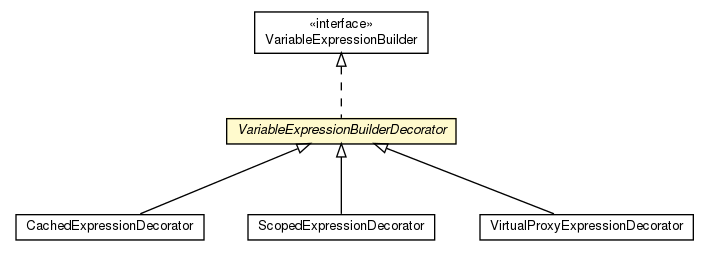
Before: javadocs/main/org/androidtransfuse/gen/variableDecorator/VariableExpressionBuilderDecorator.png, a diagram exported from Graphviz (johncarl81/transfuse). Its source is kept beside it as javadocs/main/org/androidtransfuse/gen/variableDecorator/VariableExpressionBuilderDecorator.dot.
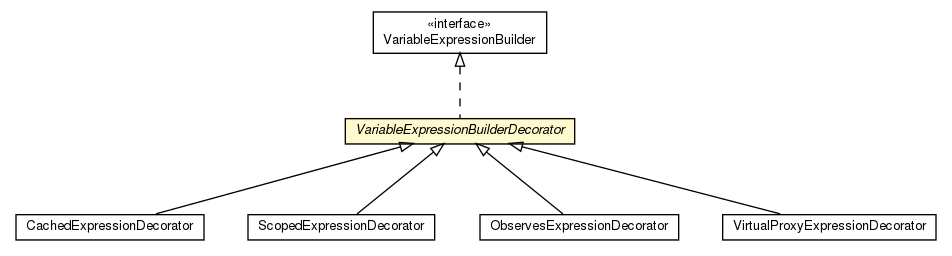
Above is the later version.

Change to the diagram source:
```diff
@@ -4,34 +4,40 @@
 	node [fontname="Helvetica",fontsize=10,shape=plaintext];
 	nodesep=0.25;
 	ranksep=0.5;
-	c56612 [label=<<table title="org.androidtransfuse.gen.variableDecorator.CachedExpressionDecorator" border="0" cellborder="1" cellspacing="0" cellpadding="2" port="p" href="./CachedExpressionDecorator.html">
+	c67646 [label=<<table title="org.androidtransfuse.gen.variableDecorator.CachedExpressionDecorator" border="0" cellborder="1" cellspacing="0" cellpadding="2" port="p" href="./CachedExpressionDecorator.html">
 		<tr><td><table border="0" cellspacing="0" cellpadding="1">
 <tr><td align="center" balign="center"> CachedExpressionDecorator </td></tr>
 		</table></td></tr>
 		</table>>, fontname="Helvetica", fontcolor="black", fontsize=10.0];
-	c56613 [label=<<table title="org.androidtransfuse.gen.variableDecorator.VariableExpressionBuilder" border="0" cellborder="1" cellspacing="0" cellpadding="2" port="p" href="./VariableExpressionBuilder.html">
+	c67647 [label=<<table title="org.androidtransfuse.gen.variableDecorator.VariableExpressionBuilder" border="0" cellborder="1" cellspacing="0" cellpadding="2" port="p" href="./VariableExpressionBuilder.html">
 		<tr><td><table border="0" cellspacing="0" cellpadding="1">
 <tr><td align="center" balign="center"> &#171;interface&#187; </td></tr>
 <tr><td align="center" balign="center"> VariableExpressionBuilder </td></tr>
 		</table></td></tr>
 		</table>>, fontname="Helvetica", fontcolor="black", fontsize=10.0];
-	c56614 [label=<<table title="org.androidtransfuse.gen.variableDecorator.ScopedExpressionDecorator" border="0" cellborder="1" cellspacing="0" cellpadding="2" port="p" href="./ScopedExpressionDecorator.html">
+	c67648 [label=<<table title="org.androidtransfuse.gen.variableDecorator.ScopedExpressionDecorator" border="0" cellborder="1" cellspacing="0" cellpadding="2" port="p" href="./ScopedExpressionDecorator.html">
 		<tr><td><table border="0" cellspacing="0" cellpadding="1">
 <tr><td align="center" balign="center"> ScopedExpressionDecorator </td></tr>
 		</table></td></tr>
 		</table>>, fontname="Helvetica", fontcolor="black", fontsize=10.0];
-	c56617 [label=<<table title="org.androidtransfuse.gen.variableDecorator.VariableExpressionBuilderDecorator" border="0" cellborder="1" cellspacing="0" cellpadding="2" port="p" bgcolor="lemonChiffon" href="./VariableExpressionBuilderDecorator.html">
+	c67650 [label=<<table title="org.androidtransfuse.gen.variableDecorator.ObservesExpressionDecorator" border="0" cellborder="1" cellspacing="0" cellpadding="2" port="p" href="./ObservesExpressionDecorator.html">
+		<tr><td><table border="0" cellspacing="0" cellpadding="1">
+<tr><td align="center" balign="center"> ObservesExpressionDecorator </td></tr>
+		</table></td></tr>
+		</table>>, fontname="Helvetica", fontcolor="black", fontsize=10.0];
+	c67652 [label=<<table title="org.androidtransfuse.gen.variableDecorator.VariableExpressionBuilderDecorator" border="0" cellborder="1" cellspacing="0" cellpadding="2" port="p" bgcolor="lemonChiffon" href="./VariableExpressionBuilderDecorator.html">
 		<tr><td><table border="0" cellspacing="0" cellpadding="1">
 <tr><td align="center" balign="center"><font face="Helvetica-Oblique"> VariableExpressionBuilderDecorator </font></td></tr>
 		</table></td></tr>
 		</table>>, fontname="Helvetica", fontcolor="black", fontsize=10.0];
-	c56618 [label=<<table title="org.androidtransfuse.gen.variableDecorator.VirtualProxyExpressionDecorator" border="0" cellborder="1" cellspacing="0" cellpadding="2" port="p" href="./VirtualProxyExpressionDecorator.html">
+	c67653 [label=<<table title="org.androidtransfuse.gen.variableDecorator.VirtualProxyExpressionDecorator" border="0" cellborder="1" cellspacing="0" cellpadding="2" port="p" href="./VirtualProxyExpressionDecorator.html">
 		<tr><td><table border="0" cellspacing="0" cellpadding="1">
 <tr><td align="center" balign="center"> VirtualProxyExpressionDecorator </td></tr>
 		</table></td></tr>
 		</table>>, fontname="Helvetica", fontcolor="black", fontsize=10.0];
-	c56617:p -> c56612:p [dir=back,arrowtail=empty];
-	c56617:p -> c56614:p [dir=back,arrowtail=empty];
-	c56613:p -> c56617:p [dir=back,arrowtail=empty,style=dashed];
-	c56617:p -> c56618:p [dir=back,arrowtail=empty];
+	c67652:p -> c67646:p [dir=back,arrowtail=empty];
+	c67652:p -> c67648:p [dir=back,arrowtail=empty];
+	c67652:p -> c67650:p [dir=back,arrowtail=empty];
+	c67647:p -> c67652:p [dir=back,arrowtail=empty,style=dashed];
+	c67652:p -> c67653:p [dir=back,arrowtail=empty];
 }
```
